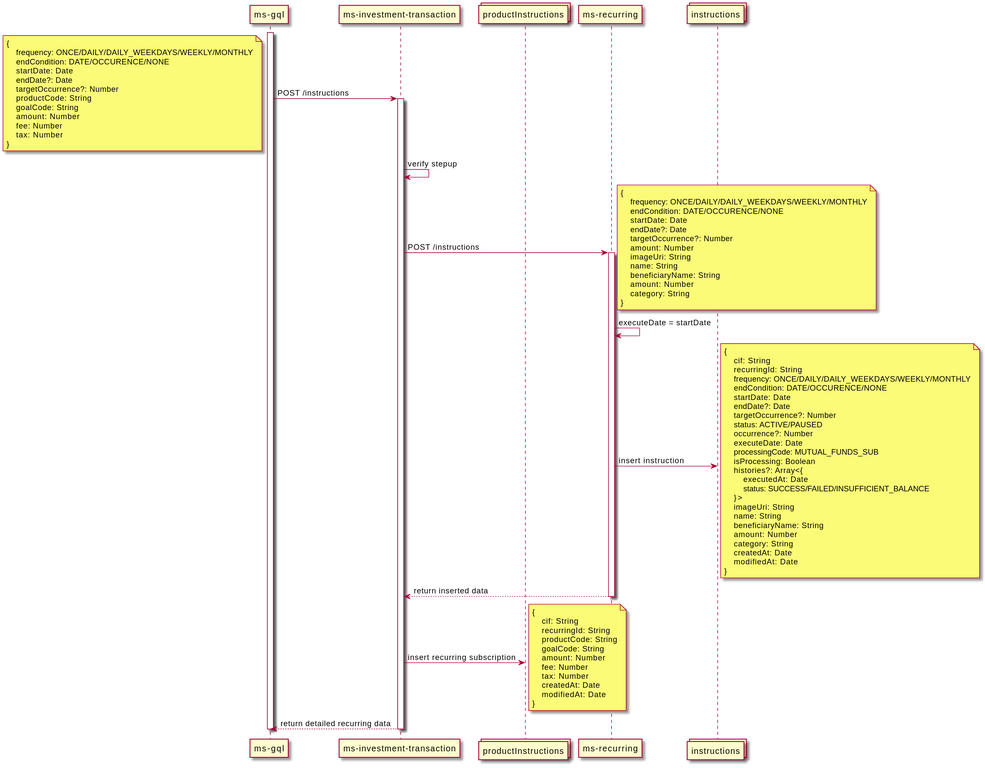
The PlantUML diagram out/mfRecurring/mutual funds recurring.svg in iksena/jenius-uml, before a commit.
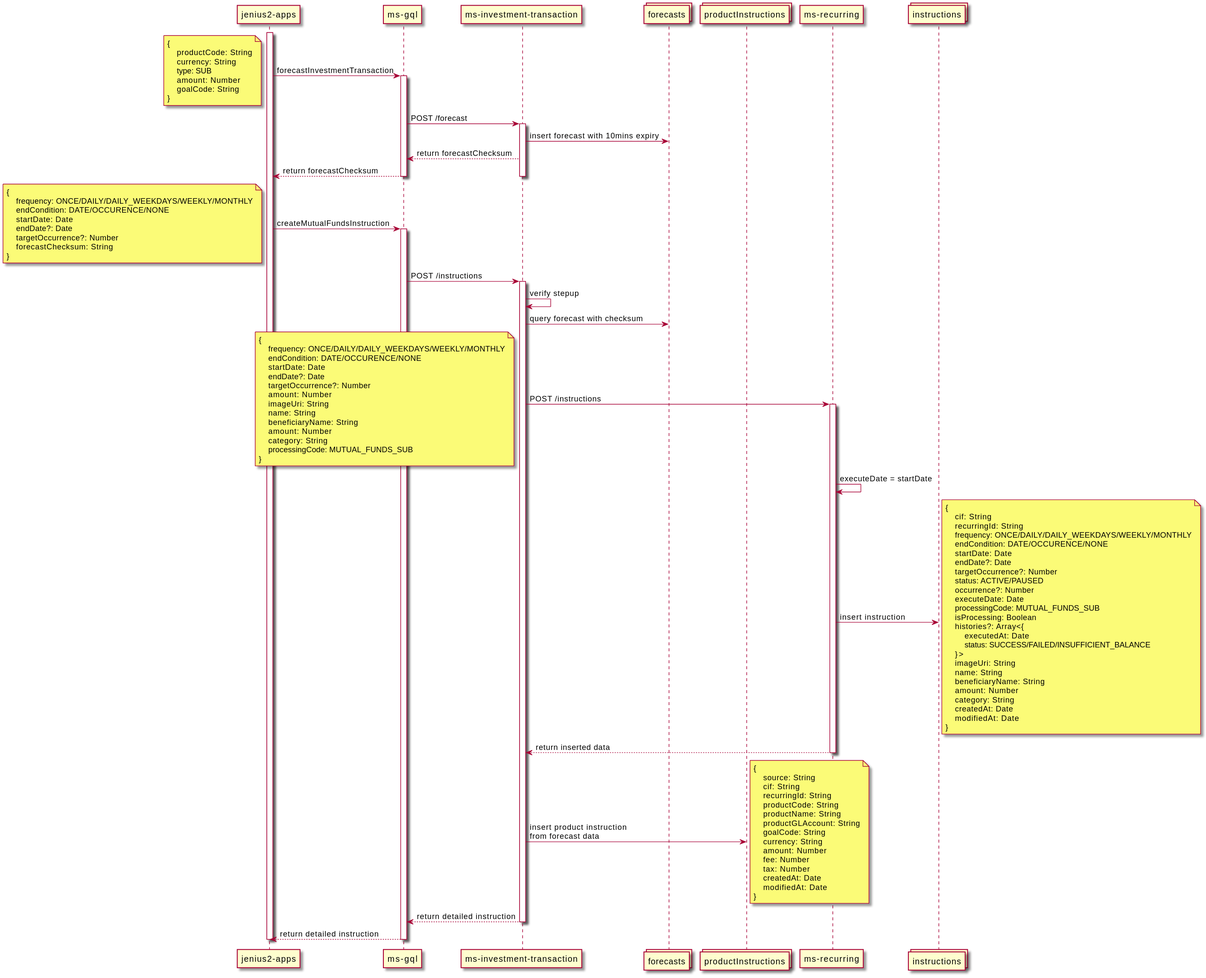
After the commit.

What changed in the source:
```diff
@@ -1,13 +1,33 @@
 @startuml mutual funds recurring
 
+participant "jenius2-apps" as app
 participant "ms-gql" as mg
 participant "ms-investment-transaction" as mit
+collections "forecasts" as forecasts
 collections "productInstructions" as recSubs
 participant "ms-recurring" as mr
 collections "instructions" as recs
 
+activate app
+app -> mg: forecastInvestmentTransaction
+note left
+{
+    productCode: String
+    currency: String
+    type: SUB
+    amount: Number
+    goalCode: String
+}
+end note
 activate mg
-mg -> mit: POST /instructions
+mg -> mit: POST /forecast
+activate mit
+mit -> forecasts: insert forecast with 10mins expiry
+mit --> mg: return forecastChecksum
+mg --> app: return forecastChecksum
+deactivate mit
+deactivate mg
+app -> mg: createMutualFundsInstruction
 note left
 {
     frequency: ONCE/DAILY/DAILY_WEEKDAYS/WEEKLY/MONTHLY
@@ -15,17 +35,16 @@
     startDate: Date
     endDate?: Date
     targetOccurrence?: Number
-    productCode: String
-    goalCode: String
-    amount: Number
-    fee: Number
-    tax: Number
+    forecastChecksum: String
 }
 end note
+activate mg
+mg -> mit: POST /instructions
 activate mit
 mit -> mit: verify stepup
+mit -> forecasts: query forecast with checksum
 mit -> mr: POST /instructions
-note right
+note left
 {
     frequency: ONCE/DAILY/DAILY_WEEKDAYS/WEEKLY/MONTHLY
     endCondition: DATE/OCCURENCE/NONE
@@ -38,6 +57,7 @@
     beneficiaryName: String
     amount: Number
     category: String
+    processingCode: MUTUAL_FUNDS_SUB
 }
 end note
 activate mr
@@ -72,13 +92,17 @@
 end note
 mr --> mit: return inserted data
 deactivate mr
-mit-> recSubs: insert recurring subscription
+mit-> recSubs: insert product instruction\nfrom forecast data
 note right
 {
+    source: String
     cif: String
     recurringId: String
     productCode: String
+    productName: String
+    productGLAccount: String
     goalCode: String
+    currency: String
     amount: Number
     fee: Number
     tax: Number
@@ -86,8 +110,10 @@
     modifiedAt: Date
 }
 end note
-mit --> mg: return detailed recurring data
+mit --> mg: return detailed instruction
 deactivate mit
+mg --> app: return detailed instruction
 deactivate mg
+deactivate app
 
 @enduml
```
